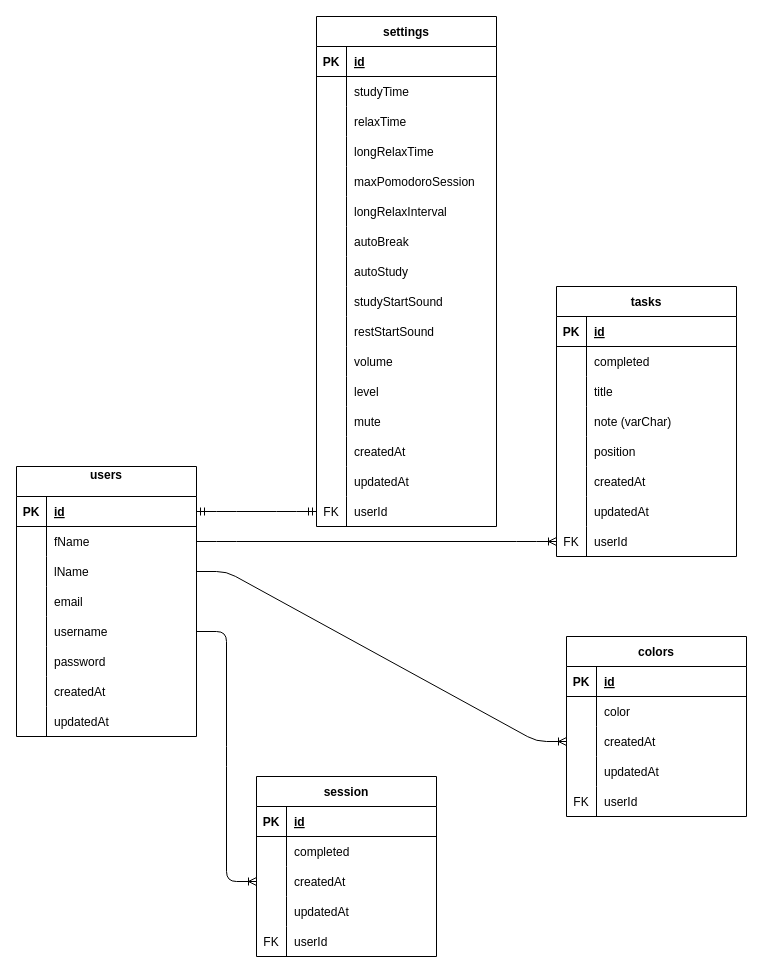
BinLama/pomodoro keeps this draw.io diagram as server/database_schema.dio. Above is the earlier version. Source tidied: cells renumbered, new cells numbered last; positions are measured from the earlier drawing's top-left corner, leaving out a move shared by most shapes. Both pictures are drawn from the tidied source at 100%, with x=0, y=0 at pixel (16, 16).
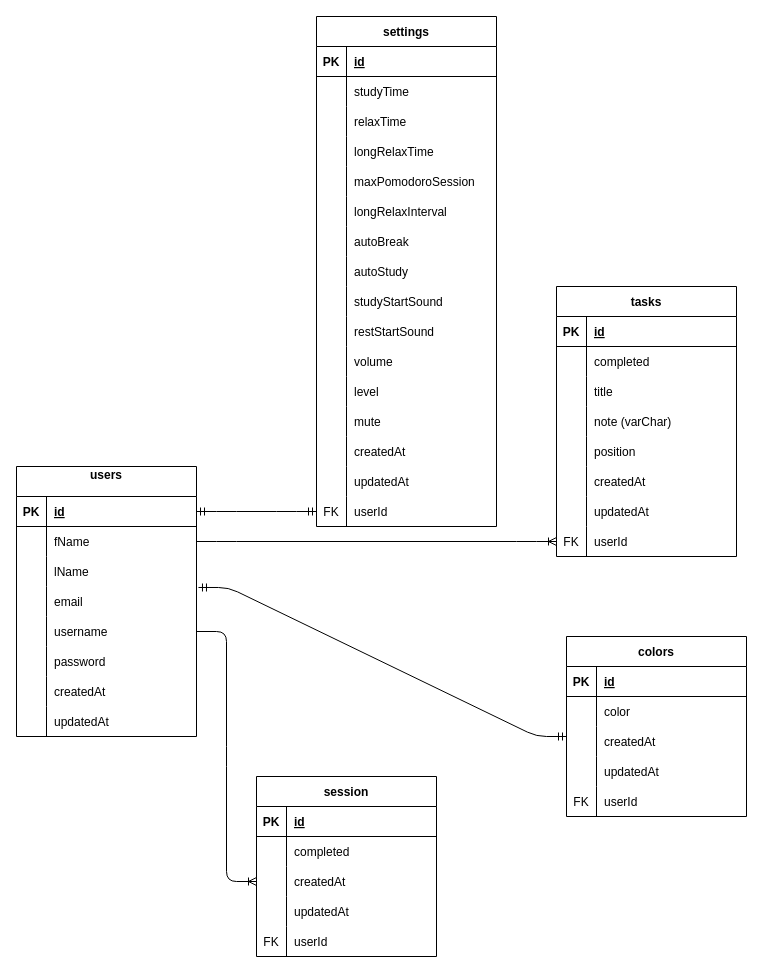
The same page after the edit.

Unchanged cells that the change refers to:
```xml
<mxCell id="9" style="shape=tableRow;horizontal=0;startSize=0;swimlaneHead=0;swimlaneBody=0;fillColor=none;points=[[0,0.5],[1,0.5]];portConstraint=eastwest;top=0;left=0;right=0;bottom=0;" parent="2" vertex="1">
  <mxGeometry y="90" width="180" height="30" as="geometry" />
</mxCell>
<mxCell id="12" style="shape=tableRow;horizontal=0;startSize=0;swimlaneHead=0;swimlaneBody=0;fillColor=none;points=[[0,0.5],[1,0.5]];portConstraint=eastwest;top=0;left=0;right=0;bottom=0;" parent="2" vertex="1">
  <mxGeometry y="120" width="180" height="30" as="geometry" />
</mxCell>
<mxCell id="128" style="shape=tableRow;horizontal=0;startSize=0;swimlaneHead=0;swimlaneBody=0;fillColor=none;points=[[0,0.5],[1,0.5]];portConstraint=eastwest;top=0;left=0;right=0;bottom=0;rounded=0;shadow=0;labelBorderColor=none;sketch=0;fillStyle=auto;strokeColor=default;html=0;" parent="121" vertex="1">
  <mxGeometry y="90" width="180" height="30" as="geometry" />
</mxCell>
```

The edit, as a diff of the source:
```diff
@@
-    <mxCell id="138" style="edgeStyle=entityRelationEdgeStyle;fontSize=12;html=1;endArrow=ERoneToMany;exitX=1;exitY=0.5;exitDx=0;exitDy=0;entryX=0;entryY=0.5;entryDx=0;entryDy=0;" parent="1" edge="1" source="9" target="128">
-      <mxGeometry relative="1" as="geometry" />
-    </mxCell>
+    <mxCell id="139" style="edgeStyle=entityRelationEdgeStyle;fontSize=12;html=1;endArrow=ERmandOne;startArrow=ERmandOne;exitX=1.011;exitY=0.033;exitDx=0;exitDy=0;exitPerimeter=0;" parent="1" edge="1" source="12">
+      <mxGeometry relative="1" as="geometry">
+        <mxPoint x="550" y="720" as="targetPoint" />
+      </mxGeometry>
+    </mxCell>
```
